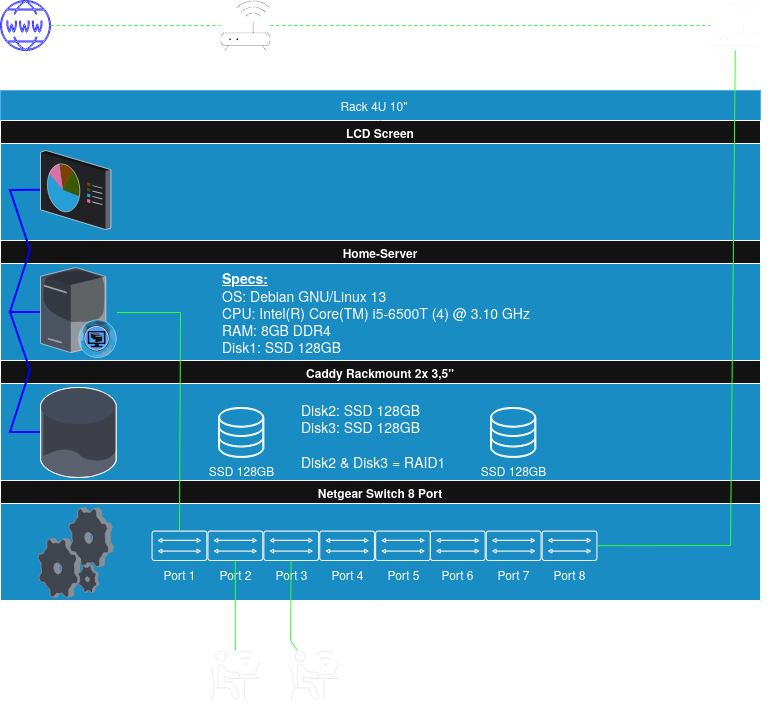
Before: assets/HomeLab.drawio.png, a diagram exported from draw.io (Knuspii/home-server). Source tidied: cells renumbered, new cells last; positions are measured from the earlier drawing's top-left corner, leaving out a move shared by most shapes.
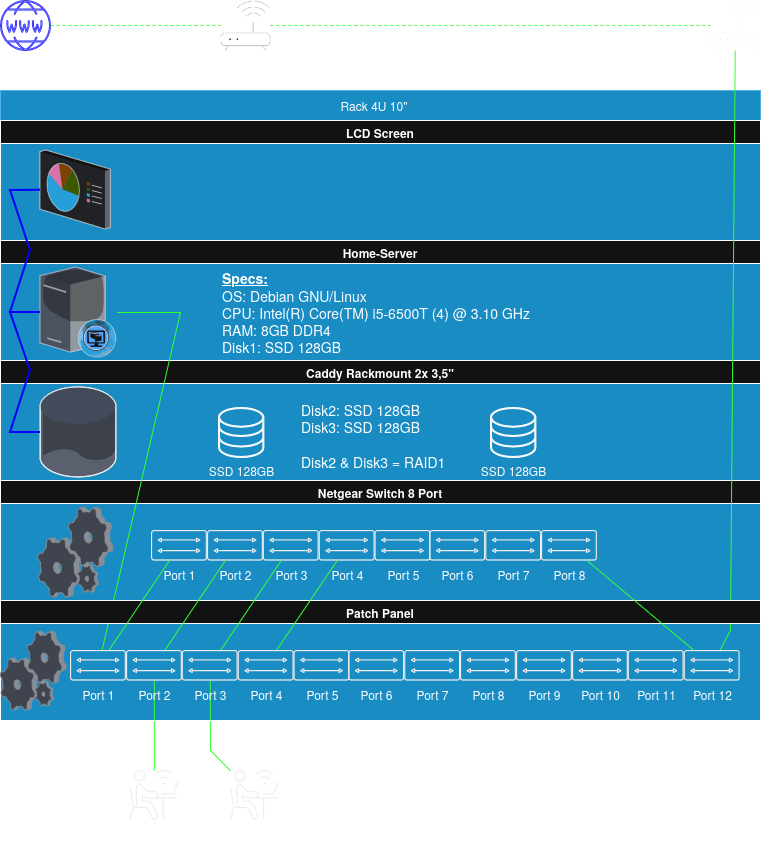
After the change.

Commit message:
Update README and Docker Compose configuration; enhance disk check script

Change to the diagram source:
```diff
@@ -3,7 +3,7 @@
     <mxCell id="0" />
     <mxCell id="1" parent="0" />
     <mxCell id="2" style="rounded=0;whiteSpace=wrap;html=1;fillColor=#1ba1e2;strokeColor=#006EAF;fontColor=#ffffff;" parent="1" vertex="1">
-      <mxGeometry y="90" width="760" height="510" as="geometry" />
+      <mxGeometry y="90" width="760" height="630" as="geometry" />
     </mxCell>
     <mxCell id="3" value="Router" style="sketch=0;verticalLabelPosition=bottom;sketch=0;html=1;verticalAlign=top;align=center;outlineConnect=0;shape=mxgraph.citrix2.wifi_router;" parent="1" vertex="1">
       <mxGeometry x="220" width="49.9" height="50" as="geometry" />
@@ -65,7 +65,7 @@
     <mxCell id="22" style="verticalLabelPosition=bottom;sketch=0;html=1;verticalAlign=top;strokeColor=none;align=center;outlineConnect=0;shape=mxgraph.citrix.desktop_web;" parent="21" vertex="1">
       <mxGeometry x="40" y="27" width="76.5" height="90" as="geometry" />
     </mxCell>
-    <mxCell id="23" value="&lt;div align=&quot;left&quot;&gt;&lt;font style=&quot;font-size: 14px;&quot;&gt;&lt;b&gt;&lt;u&gt;Specs:&lt;/u&gt;&lt;/b&gt;&lt;br&gt;OS: Debian GNU/Linux 13&lt;br&gt;CPU: Intel(R) Core(TM) i5-6500T (4) @ 3.10 GHz&lt;br&gt;RAM: 8GB DDR4&lt;br&gt;&lt;/font&gt;&lt;font style=&quot;font-size: 14px;&quot;&gt;Disk1: SSD 128GB&lt;/font&gt;&lt;/div&gt;" style="text;html=1;whiteSpace=wrap;strokeColor=none;fillColor=none;align=left;verticalAlign=middle;rounded=0;" parent="21" vertex="1">
+    <mxCell id="23" value="&lt;div align=&quot;left&quot;&gt;&lt;font style=&quot;font-size: 14px;&quot;&gt;&lt;b&gt;&lt;u&gt;Specs:&lt;/u&gt;&lt;/b&gt;&lt;br&gt;OS: Debian GNU/Linux&lt;br&gt;CPU: Intel(R) Core(TM) i5-6500T (4) @ 3.10 GHz&lt;br&gt;RAM: 8GB DDR4&lt;br&gt;&lt;/font&gt;&lt;font style=&quot;font-size: 14px;&quot;&gt;Disk1: SSD 128GB&lt;/font&gt;&lt;/div&gt;" style="text;html=1;whiteSpace=wrap;strokeColor=none;fillColor=none;align=left;verticalAlign=middle;rounded=0;" parent="21" vertex="1">
       <mxGeometry x="220" y="24" width="320" height="96" as="geometry" />
     </mxCell>
     <mxCell id="24" value="LCD Screen" style="swimlane;whiteSpace=wrap;html=1;" parent="1" vertex="1">
@@ -78,22 +78,22 @@
       <mxGeometry width="50" height="50" as="geometry" />
     </mxCell>
     <mxCell id="27" value="Other Device" style="sketch=0;verticalLabelPosition=bottom;sketch=0;html=1;verticalAlign=top;strokeColor=none;fillColor=#000000;align=center;outlineConnect=0;shape=mxgraph.citrix2.external_users;" parent="1" vertex="1">
-      <mxGeometry x="290" y="650" width="48.4" height="50" as="geometry" />
+      <mxGeometry x="230" y="770" width="48.4" height="50" as="geometry" />
     </mxCell>
     <mxCell id="28" value="PC" style="sketch=0;verticalLabelPosition=bottom;sketch=0;html=1;verticalAlign=top;strokeColor=none;fillColor=#000000;align=center;outlineConnect=0;shape=mxgraph.citrix2.external_users;" parent="1" vertex="1">
-      <mxGeometry x="210.6" y="650" width="48.4" height="50" as="geometry" />
+      <mxGeometry x="129.6" y="770" width="48.4" height="50" as="geometry" />
     </mxCell>
     <mxCell id="29" style="endArrow=none;dashed=1;html=1;rounded=0;strokeColor=light-dark(#000000,#33FF33);" parent="1" edge="1" source="26" target="3">
       <mxGeometry relative="1" as="geometry" />
     </mxCell>
-    <mxCell id="30" style="endArrow=none;html=1;rounded=0;strokeColor=light-dark(#000000,#33FF33);" parent="1" edge="1" source="13" target="4">
+    <mxCell id="30" style="endArrow=none;html=1;rounded=0;strokeColor=light-dark(#000000,#33FF33);" parent="1" edge="1" source="57" target="4">
       <mxGeometry relative="1" as="geometry">
         <Array as="points">
-          <mxPoint x="730" y="545" />
+          <mxPoint x="730" y="630" />
         </Array>
       </mxGeometry>
     </mxCell>
-    <mxCell id="31" style="endArrow=none;html=1;rounded=0;strokeColor=light-dark(#000000,#33FF33);" parent="1" edge="1" source="6" target="22">
+    <mxCell id="31" style="endArrow=none;html=1;rounded=0;strokeColor=light-dark(#000000,#33FF33);" parent="1" edge="1" source="46" target="22">
       <mxGeometry relative="1" as="geometry">
         <Array as="points">
           <mxPoint x="180" y="312" />
@@ -121,18 +121,81 @@
         </Array>
       </mxGeometry>
     </mxCell>
-    <mxCell id="35" style="endArrow=none;html=1;rounded=0;strokeColor=light-dark(#000000,#33FF33);" parent="1" edge="1" source="7" target="28">
+    <mxCell id="35" style="endArrow=none;html=1;rounded=0;strokeColor=light-dark(#000000,#33FF33);" parent="1" edge="1" source="47" target="28">
       <mxGeometry relative="1" as="geometry" />
     </mxCell>
-    <mxCell id="36" style="endArrow=none;html=1;rounded=0;strokeColor=light-dark(#000000,#33FF33);" parent="1" edge="1" source="8" target="27">
+    <mxCell id="36" style="endArrow=none;html=1;rounded=0;strokeColor=light-dark(#000000,#33FF33);" parent="1" edge="1" source="48" target="27">
       <mxGeometry relative="1" as="geometry">
         <Array as="points">
-          <mxPoint x="290" y="640" />
+          <mxPoint x="210" y="750" />
         </Array>
       </mxGeometry>
     </mxCell>
     <mxCell id="37" value="Rack 4U 10&quot;" style="text;html=1;whiteSpace=wrap;strokeColor=none;fillColor=none;align=center;verticalAlign=middle;rounded=0;" parent="1" vertex="1">
       <mxGeometry x="316" y="90" width="116" height="30" as="geometry" />
     </mxCell>
+    <mxCell id="38" value="Patch Panel" style="swimlane;whiteSpace=wrap;html=1;" parent="1" vertex="1">
+      <mxGeometry y="600" width="760" height="120" as="geometry" />
+    </mxCell>
+    <mxCell id="39" style="verticalLabelPosition=bottom;sketch=0;html=1;verticalAlign=top;strokeColor=none;align=center;shape=mxgraph.citrix.process;" parent="38" vertex="1">
+      <mxGeometry y="31" width="66.3" height="79" as="geometry" />
+    </mxCell>
+    <mxCell id="40" style="endArrow=none;html=1;rounded=0;strokeColor=light-dark(#000000,#33FF33);" parent="1" edge="1" source="6" target="46">
+      <mxGeometry relative="1" as="geometry" />
+    </mxCell>
+    <mxCell id="41" style="endArrow=none;html=1;rounded=0;strokeColor=light-dark(#000000,#33FF33);" parent="1" edge="1" source="7" target="47">
+      <mxGeometry relative="1" as="geometry" />
+    </mxCell>
+    <mxCell id="42" style="endArrow=none;html=1;rounded=0;strokeColor=light-dark(#000000,#33FF33);" parent="1" edge="1" source="8" target="48">
+      <mxGeometry relative="1" as="geometry" />
+    </mxCell>
+    <mxCell id="43" style="endArrow=none;html=1;rounded=0;strokeColor=light-dark(#000000,#33FF33);" parent="1" edge="1" source="9" target="49">
+      <mxGeometry relative="1" as="geometry" />
+    </mxCell>
+    <mxCell id="44" style="group;" parent="1" vertex="1">
+      <mxGeometry x="70" y="650" width="669.6" height="50" as="geometry" />
+    </mxCell>
+    <mxCell id="45" style="group;" parent="44" vertex="1">
+      <mxGeometry width="446" height="50" as="geometry" />
+    </mxCell>
+    <mxCell id="46" value="Port 1" style="sketch=0;verticalLabelPosition=bottom;sketch=0;html=1;verticalAlign=top;strokeColor=none;fillColor=#000000;align=center;outlineConnect=0;shape=mxgraph.citrix2.bridge;" parent="45" vertex="1">
+      <mxGeometry width="55.9" height="30.5" as="geometry" />
+    </mxCell>
+    <mxCell id="47" value="Port 2" style="sketch=0;verticalLabelPosition=bottom;sketch=0;html=1;verticalAlign=top;strokeColor=none;fillColor=#000000;align=center;outlineConnect=0;shape=mxgraph.citrix2.bridge;" parent="45" vertex="1">
+      <mxGeometry x="55.9" width="55.9" height="30.5" as="geometry" />
+    </mxCell>
+    <mxCell id="48" value="Port 3" style="sketch=0;verticalLabelPosition=bottom;sketch=0;html=1;verticalAlign=top;strokeColor=none;fillColor=#000000;align=center;outlineConnect=0;shape=mxgraph.citrix2.bridge;" parent="45" vertex="1">
+      <mxGeometry x="111.8" width="55.9" height="30.5" as="geometry" />
+    </mxCell>
+    <mxCell id="49" value="Port 4" style="sketch=0;verticalLabelPosition=bottom;sketch=0;html=1;verticalAlign=top;strokeColor=none;fillColor=#000000;align=center;outlineConnect=0;shape=mxgraph.citrix2.bridge;" parent="45" vertex="1">
+      <mxGeometry x="167.7" width="55.9" height="30.5" as="geometry" />
+    </mxCell>
+    <mxCell id="50" value="Port 5" style="sketch=0;verticalLabelPosition=bottom;sketch=0;html=1;verticalAlign=top;strokeColor=none;fillColor=#000000;align=center;shape=mxgraph.citrix2.bridge;" parent="45" vertex="1">
+      <mxGeometry x="223.6" width="55.9" height="30.5" as="geometry" />
+    </mxCell>
+    <mxCell id="51" value="Port 6" style="sketch=0;verticalLabelPosition=bottom;sketch=0;html=1;verticalAlign=top;strokeColor=none;fillColor=#000000;align=center;shape=mxgraph.citrix2.bridge;" parent="45" vertex="1">
+      <mxGeometry x="278.3" width="55.9" height="30.5" as="geometry" />
+    </mxCell>
+    <mxCell id="52" value="Port 7" style="sketch=0;verticalLabelPosition=bottom;sketch=0;html=1;verticalAlign=top;strokeColor=none;fillColor=#000000;align=center;shape=mxgraph.citrix2.bridge;" parent="45" vertex="1">
+      <mxGeometry x="334.2" width="55.9" height="30.5" as="geometry" />
+    </mxCell>
+    <mxCell id="53" value="Port 8" style="sketch=0;verticalLabelPosition=bottom;sketch=0;html=1;verticalAlign=top;strokeColor=none;fillColor=#000000;align=center;shape=mxgraph.citrix2.bridge;" parent="45" vertex="1">
+      <mxGeometry x="390.1" width="55.9" height="30.5" as="geometry" />
+    </mxCell>
+    <mxCell id="54" value="Port 9" style="sketch=0;verticalLabelPosition=bottom;sketch=0;html=1;verticalAlign=top;strokeColor=none;fillColor=#000000;align=center;shape=mxgraph.citrix2.bridge;" parent="44" vertex="1">
+      <mxGeometry x="446" width="55.9" height="30.5" as="geometry" />
+    </mxCell>
+    <mxCell id="55" value="Port 10" style="sketch=0;verticalLabelPosition=bottom;sketch=0;html=1;verticalAlign=top;strokeColor=none;fillColor=#000000;align=center;shape=mxgraph.citrix2.bridge;" parent="44" vertex="1">
+      <mxGeometry x="501.9" width="55.9" height="30.5" as="geometry" />
+    </mxCell>
+    <mxCell id="56" value="Port 11" style="sketch=0;verticalLabelPosition=bottom;sketch=0;html=1;verticalAlign=top;strokeColor=none;fillColor=#000000;align=center;shape=mxgraph.citrix2.bridge;" parent="44" vertex="1">
+      <mxGeometry x="557.8" width="55.9" height="30.5" as="geometry" />
+    </mxCell>
+    <mxCell id="57" value="Port 12" style="sketch=0;verticalLabelPosition=bottom;sketch=0;html=1;verticalAlign=top;strokeColor=none;fillColor=#000000;align=center;outlineConnect=0;shape=mxgraph.citrix2.bridge;" parent="44" vertex="1">
+      <mxGeometry x="613.7" width="55.9" height="30.5" as="geometry" />
+    </mxCell>
+    <mxCell id="58" style="endArrow=none;html=1;rounded=0;strokeColor=light-dark(#000000,#33FF33);" parent="1" edge="1" source="13" target="57">
+      <mxGeometry relative="1" as="geometry" />
+    </mxCell>
   </root>
 </mxGraphModel>
```
